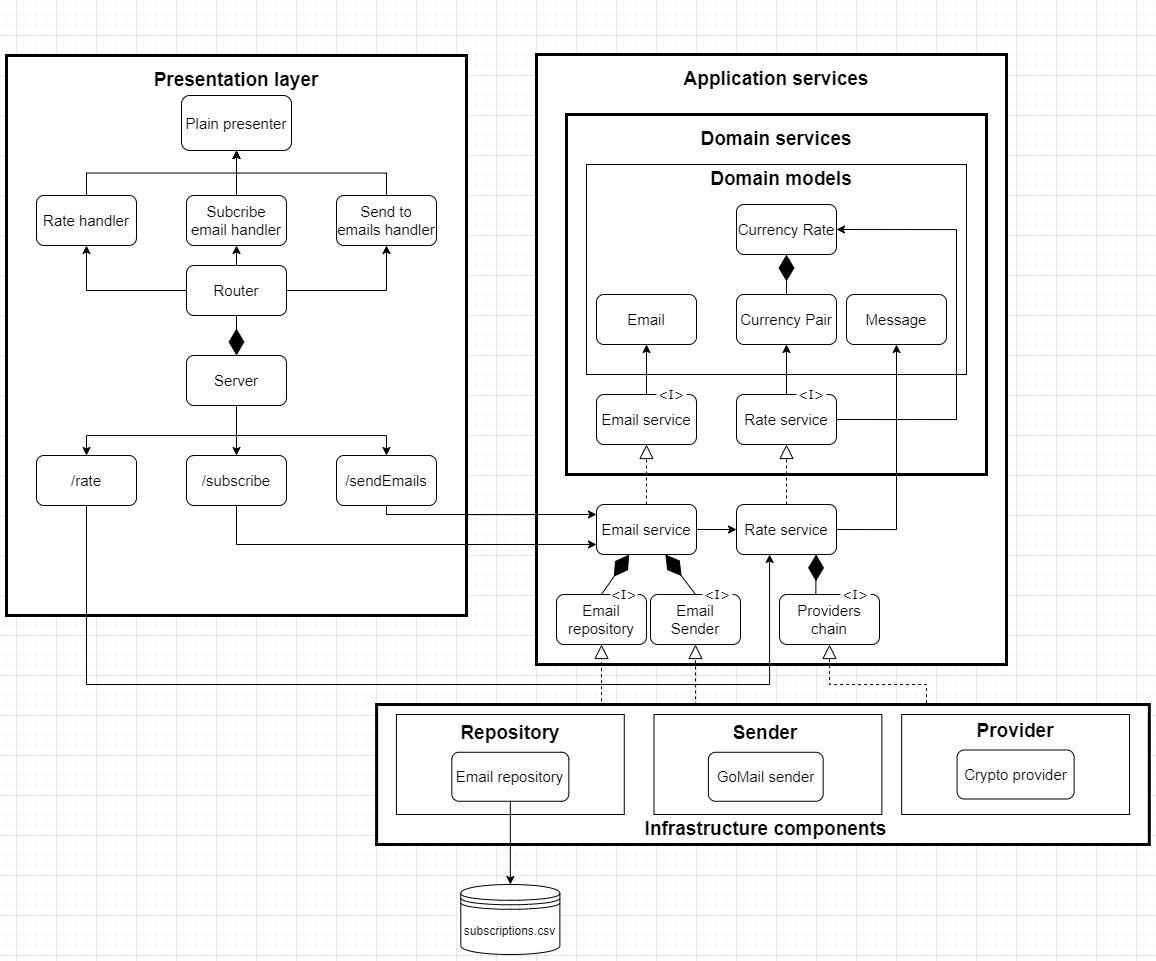
GenesisEducationKyiv/main-project-Kalips2 keeps this draw.io diagram as doc/Architecture.png. Above is the earlier version. Source tidied: cells renumbered, new cells last; positions are measured from the earlier drawing's top-left corner, leaving out a move shared by most shapes.
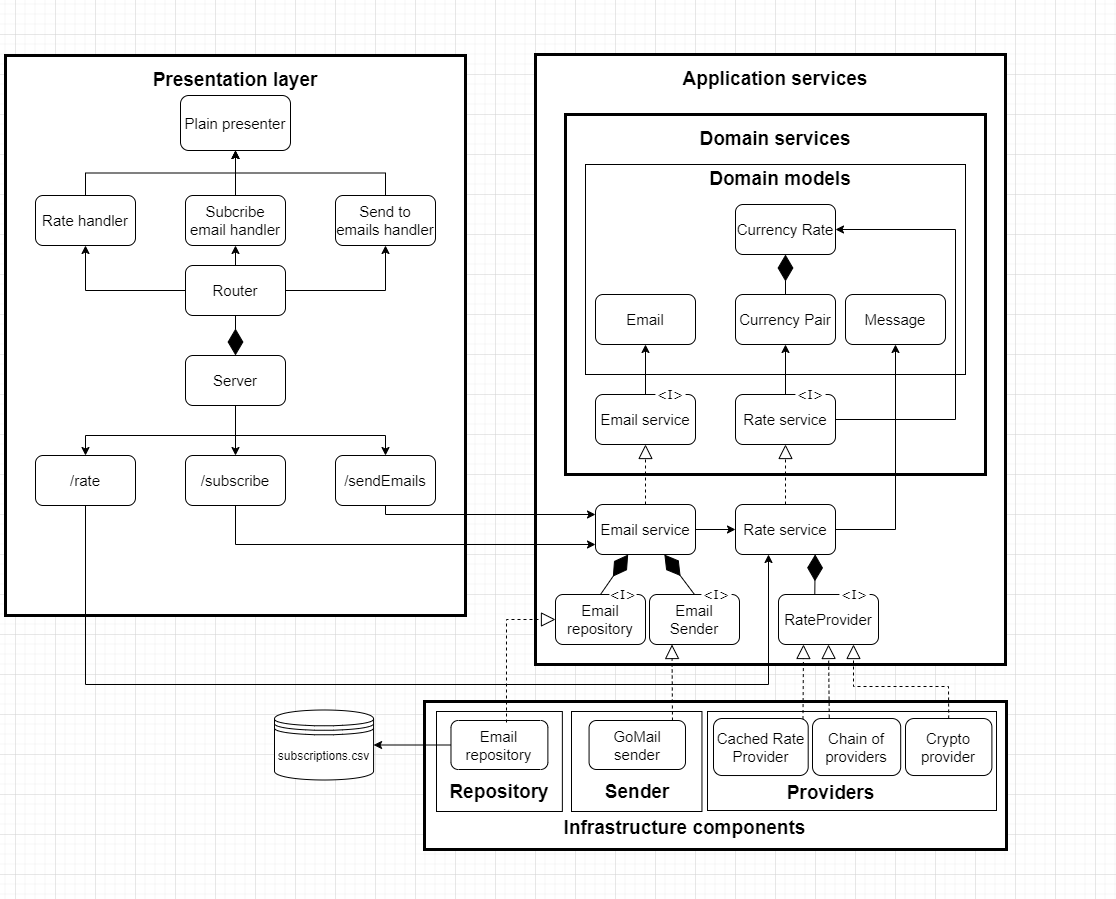
After the change.

The edit, as a diff of the source:
```diff
@@ -47,7 +47,7 @@
     <mxCell id="16" style="endArrow=diamondThin;endFill=1;endSize=24;html=1;rounded=0;exitX=0.363;exitY=-0.009;exitDx=0;exitDy=0;entryX=0.797;entryY=0.997;entryDx=0;entryDy=0;exitPerimeter=0;entryPerimeter=0;" parent="2" edge="1" source="17" target="7">
       <mxGeometry relative="1" as="geometry" />
     </mxCell>
-    <mxCell id="17" value="Providers chain" style="rounded=1;whiteSpace=wrap;html=1;fontSize=15;shadow=0;glass=0;" parent="2" vertex="1">
+    <mxCell id="17" value="RateProvider" style="rounded=1;whiteSpace=wrap;html=1;fontSize=15;shadow=0;glass=0;" parent="2" vertex="1">
       <mxGeometry x="233" y="590" width="100" height="50" as="geometry" />
     </mxCell>
     <mxCell id="18" value="&lt;span style=&quot;border-color: var(--border-color); font-family: Verdana; font-size: 13px;&quot;&gt;&amp;lt;I&amp;gt;&lt;/span&gt;" style="whiteSpace=wrap;html=1;strokeWidth=0;strokeColor=#ffffff;fontStyle=0;fontSize=13;" parent="2" vertex="1">
@@ -220,32 +220,9 @@
     <mxCell id="63" style="endArrow=block;dashed=1;endFill=0;endSize=12;html=1;rounded=0;exitX=0.5;exitY=0;exitDx=0;exitDy=0;entryX=0.5;entryY=1;entryDx=0;entryDy=0;" parent="1" edge="1" source="7" target="30">
       <mxGeometry relative="1" as="geometry" />
     </mxCell>
-    <mxCell id="64" style="endArrow=block;dashed=1;endFill=0;endSize=12;html=1;rounded=0;entryX=0.5;entryY=1;entryDx=0;entryDy=0;exitX=1;exitY=0.5;exitDx=0;exitDy=0;" parent="1" edge="1" source="74" target="9">
-      <mxGeometry relative="1" as="geometry">
-        <Array as="points">
-          <mxPoint x="595" y="772" />
-        </Array>
-      </mxGeometry>
-    </mxCell>
-    <mxCell id="65" style="endArrow=block;dashed=1;endFill=0;endSize=12;html=1;rounded=0;entryX=0.5;entryY=1;entryDx=0;entryDy=0;exitX=0;exitY=0.5;exitDx=0;exitDy=0;" parent="1" edge="1" source="78" target="12">
-      <mxGeometry relative="1" as="geometry">
-        <Array as="points">
-          <mxPoint x="689" y="772" />
-        </Array>
-      </mxGeometry>
-    </mxCell>
     <mxCell id="66" style="endArrow=block;dashed=1;endFill=0;endSize=12;html=1;rounded=0;exitX=0.5;exitY=0;exitDx=0;exitDy=0;entryX=0.5;entryY=1;entryDx=0;entryDy=0;" parent="1" edge="1" source="6" target="33">
       <mxGeometry relative="1" as="geometry" />
     </mxCell>
-    <mxCell id="67" style="endArrow=block;dashed=1;endFill=0;endSize=12;html=1;rounded=0;entryX=0.5;entryY=1;entryDx=0;entryDy=0;exitX=0;exitY=0.5;exitDx=0;exitDy=0;" parent="1" edge="1" source="84" target="17">
-      <mxGeometry relative="1" as="geometry">
-        <Array as="points">
-          <mxPoint x="920" y="770" />
-          <mxPoint x="920" y="680" />
-          <mxPoint x="823" y="680" />
-        </Array>
-      </mxGeometry>
-    </mxCell>
     <mxCell id="68" style="edgeStyle=orthogonalEdgeStyle;rounded=0;jettySize=auto;html=1;exitX=0.5;exitY=1;exitDx=0;exitDy=0;" parent="1" edge="1" source="53" target="7">
       <mxGeometry relative="1" as="geometry">
         <Array as="points">
@@ -255,63 +232,89 @@
       </mxGeometry>
     </mxCell>
     <mxCell id="69" style="rounded=0;whiteSpace=wrap;html=1;shadow=0;glass=0;perimeterSpacing=11;strokeWidth=3;" parent="1" vertex="1">
-      <mxGeometry x="370.1" y="700" width="772.7" height="140" as="geometry" />
+      <mxGeometry x="419" y="697" width="582" height="148" as="geometry" />
     </mxCell>
     <mxCell id="70" style="group;rounded=1;" parent="1" vertex="1">
-      <mxGeometry x="389.9" y="710" width="227.9" height="150" as="geometry" />
+      <mxGeometry x="259" y="707" width="229.5" height="150" as="geometry" />
     </mxCell>
     <mxCell id="71" style="group;" parent="70" vertex="1">
-      <mxGeometry width="227.9" height="150" as="geometry" />
+      <mxGeometry width="229.5" height="150" as="geometry" />
     </mxCell>
     <mxCell id="72" style="rounded=0;whiteSpace=wrap;html=1;shadow=0;glass=0;perimeterSpacing=11;" parent="71" vertex="1">
-      <mxGeometry width="227.9" height="100" as="geometry" />
+      <mxGeometry x="172" width="125.9" height="100" as="geometry" />
     </mxCell>
+    <mxCell id="74" value="Email repository" style="rounded=1;whiteSpace=wrap;html=1;fontSize=15;" parent="71" vertex="1">
+      <mxGeometry x="186.5" y="9" width="96.9" height="49" as="geometry" />
+    </mxCell>
     <mxCell id="73" value="Repository" style="text;html=1;strokeColor=none;fillColor=none;align=center;verticalAlign=middle;whiteSpace=wrap;rounded=0;fontStyle=1;fontSize=19;" parent="71" vertex="1">
-      <mxGeometry width="227.9" height="37.8" as="geometry" />
+      <mxGeometry x="172" y="62.2" width="125.9" height="37.8" as="geometry" />
     </mxCell>
-    <mxCell id="74" value="Email repository" style="rounded=1;whiteSpace=wrap;html=1;fontSize=15;" parent="71" vertex="1">
-      <mxGeometry x="55.4" y="37.8" width="117" height="49" as="geometry" />
-    </mxCell>
+    <mxCell id="85" value="subscriptions.csv" style="shape=datastore;whiteSpace=wrap;html=1;" parent="71" vertex="1">
+      <mxGeometry x="10" y="-1.5" width="99.1" height="70" as="geometry" />
+    </mxCell>
+    <mxCell id="86" style="edgeStyle=orthogonalEdgeStyle;rounded=0;jettySize=auto;html=1;" parent="71" edge="1" source="74" target="85">
+      <mxGeometry relative="1" as="geometry" />
+    </mxCell>
     <mxCell id="75" style="group;" parent="1" vertex="1">
-      <mxGeometry x="647.5" y="710" width="343.3" height="150" as="geometry" />
+      <mxGeometry x="390.4" y="707" width="343.3" height="150" as="geometry" />
     </mxCell>
     <mxCell id="76" style="rounded=0;whiteSpace=wrap;html=1;shadow=0;glass=0;perimeterSpacing=11;" parent="75" vertex="1">
-      <mxGeometry width="227.9" height="100" as="geometry" />
+      <mxGeometry x="175.6" width="130.5" height="100" as="geometry" />
     </mxCell>
-    <mxCell id="77" value="Sender" style="text;html=1;strokeColor=none;fillColor=none;align=center;verticalAlign=middle;whiteSpace=wrap;rounded=0;fontStyle=1;fontSize=19;" parent="75" vertex="1">
-      <mxGeometry width="223.6" height="37.8" as="geometry" />
-    </mxCell>
     <mxCell id="78" value="GoMail sender" style="rounded=1;whiteSpace=wrap;html=1;fontSize=15;" parent="75" vertex="1">
-      <mxGeometry x="54.4" y="37.8" width="114.8" height="49" as="geometry" />
+      <mxGeometry x="193.2" y="9" width="96.4" height="49" as="geometry" />
     </mxCell>
     <mxCell id="79" value="Infrastructure components" style="text;html=1;strokeColor=none;fillColor=none;align=center;verticalAlign=middle;whiteSpace=wrap;rounded=0;fontStyle=1;fontSize=19;" parent="75" vertex="1">
-      <mxGeometry x="-119.7" y="110" width="463" height="10.9" as="geometry" />
+      <mxGeometry x="57.6" y="112" width="463" height="10.9" as="geometry" />
     </mxCell>
+    <mxCell id="77" value="Sender" style="text;html=1;strokeColor=none;fillColor=none;align=center;verticalAlign=middle;whiteSpace=wrap;rounded=0;fontStyle=1;fontSize=19;" parent="75" vertex="1">
+      <mxGeometry x="129.6" y="62.2" width="223.6" height="37.8" as="geometry" />
+    </mxCell>
     <mxCell id="80" style="group;" parent="1" vertex="1">
-      <mxGeometry x="895.2" y="710" width="227.9" height="150" as="geometry" />
+      <mxGeometry x="707" y="707" width="399" height="183" as="geometry" />
     </mxCell>
     <mxCell id="81" style="group;" parent="80" vertex="1">
-      <mxGeometry width="227.9" height="100" as="geometry" />
+      <mxGeometry width="399" height="183" as="geometry" />
     </mxCell>
     <mxCell id="82" style="rounded=0;whiteSpace=wrap;html=1;shadow=0;glass=0;perimeterSpacing=11;" parent="81" vertex="1">
-      <mxGeometry width="227.9" height="100" as="geometry" />
+      <mxGeometry x="-5" width="289" height="99" as="geometry" />
     </mxCell>
-    <mxCell id="83" value="Provider" style="text;html=1;strokeColor=none;fillColor=none;align=center;verticalAlign=middle;whiteSpace=wrap;rounded=0;fontStyle=1;fontSize=19;" parent="81" vertex="1">
-      <mxGeometry y="4" width="227.9" height="25.2" as="geometry" />
+    <mxCell id="83" value="Providers" style="text;html=1;strokeColor=none;fillColor=none;align=center;verticalAlign=middle;whiteSpace=wrap;rounded=0;fontStyle=1;fontSize=19;" parent="81" vertex="1">
+      <mxGeometry x="-81" y="59" width="399" height="46.1" as="geometry" />
     </mxCell>
     <mxCell id="84" value="Crypto provider" style="rounded=1;whiteSpace=wrap;html=1;fontSize=15;" parent="81" vertex="1">
-      <mxGeometry x="55.4" y="35.5" width="117" height="49" as="geometry" />
+      <mxGeometry x="193" y="7" width="86.4" height="57" as="geometry" />
     </mxCell>
-    <mxCell id="85" value="subscriptions.csv" style="shape=datastore;whiteSpace=wrap;html=1;" parent="1" vertex="1">
-      <mxGeometry x="454.3" y="880" width="99.1" height="70" as="geometry" />
-    </mxCell>
-    <mxCell id="86" style="edgeStyle=orthogonalEdgeStyle;rounded=0;jettySize=auto;html=1;exitX=0.5;exitY=1;exitDx=0;exitDy=0;" parent="1" edge="1" source="74" target="85">
-      <mxGeometry relative="1" as="geometry">
-        <Array as="points">
-          <mxPoint x="503.8" y="880" />
-          <mxPoint x="503.8" y="880" />
-        </Array>
-      </mxGeometry>
-    </mxCell>
+    <mxCell id="87" value="Сhain of providers" style="rounded=1;whiteSpace=wrap;html=1;fontSize=15;" parent="81" vertex="1">
+      <mxGeometry x="100" y="7" width="88.2" height="57" as="geometry" />
+    </mxCell>
+    <mxCell id="88" value="Cached Rate Provider" style="rounded=1;whiteSpace=wrap;html=1;fontSize=15;" parent="81" vertex="1">
+      <mxGeometry x="1" y="7" width="94.7" height="57" as="geometry" />
+    </mxCell>
+    <mxCell id="89" style="endArrow=block;dashed=1;endFill=0;endSize=12;html=1;rounded=0;exitX=0.945;exitY=0.01;exitDx=0;exitDy=0;exitPerimeter=0;entryX=0.25;entryY=1;entryDx=0;entryDy=0;" parent="1" edge="1" source="88" target="17">
+      <mxGeometry relative="1" as="geometry" />
+    </mxCell>
+    <mxCell id="67" style="endArrow=block;dashed=1;endFill=0;endSize=12;html=1;rounded=0;exitX=0.5;exitY=0;exitDx=0;exitDy=0;entryX=0.75;entryY=1;entryDx=0;entryDy=0;" parent="1" edge="1" source="84" target="17">
+      <mxGeometry relative="1" as="geometry">
+        <Array as="points">
+          <mxPoint x="943" y="682" />
+          <mxPoint x="848" y="682" />
+        </Array>
+      </mxGeometry>
+    </mxCell>
+    <mxCell id="90" style="endArrow=block;dashed=1;endFill=0;endSize=12;html=1;rounded=0;" parent="1" edge="1" target="9">
+      <mxGeometry relative="1" as="geometry">
+        <mxPoint x="501" y="718" as="sourcePoint" />
+        <Array as="points">
+          <mxPoint x="501" y="615" />
+        </Array>
+      </mxGeometry>
+    </mxCell>
+    <mxCell id="91" style="endArrow=block;dashed=1;endFill=0;endSize=12;html=1;rounded=0;exitX=0.19;exitY=-0.014;exitDx=0;exitDy=0;entryX=0.5;entryY=1;entryDx=0;entryDy=0;exitPerimeter=0;" parent="1" edge="1" source="87" target="17">
+      <mxGeometry relative="1" as="geometry" />
+    </mxCell>
+    <mxCell id="65" style="endArrow=block;dashed=1;endFill=0;endSize=12;html=1;rounded=0;exitX=0.865;exitY=0;exitDx=0;exitDy=0;exitPerimeter=0;entryX=0.25;entryY=1;entryDx=0;entryDy=0;" parent="1" edge="1" source="78" target="12">
+      <mxGeometry relative="1" as="geometry" />
+    </mxCell>
   </root>
 </mxGraphModel>
```
